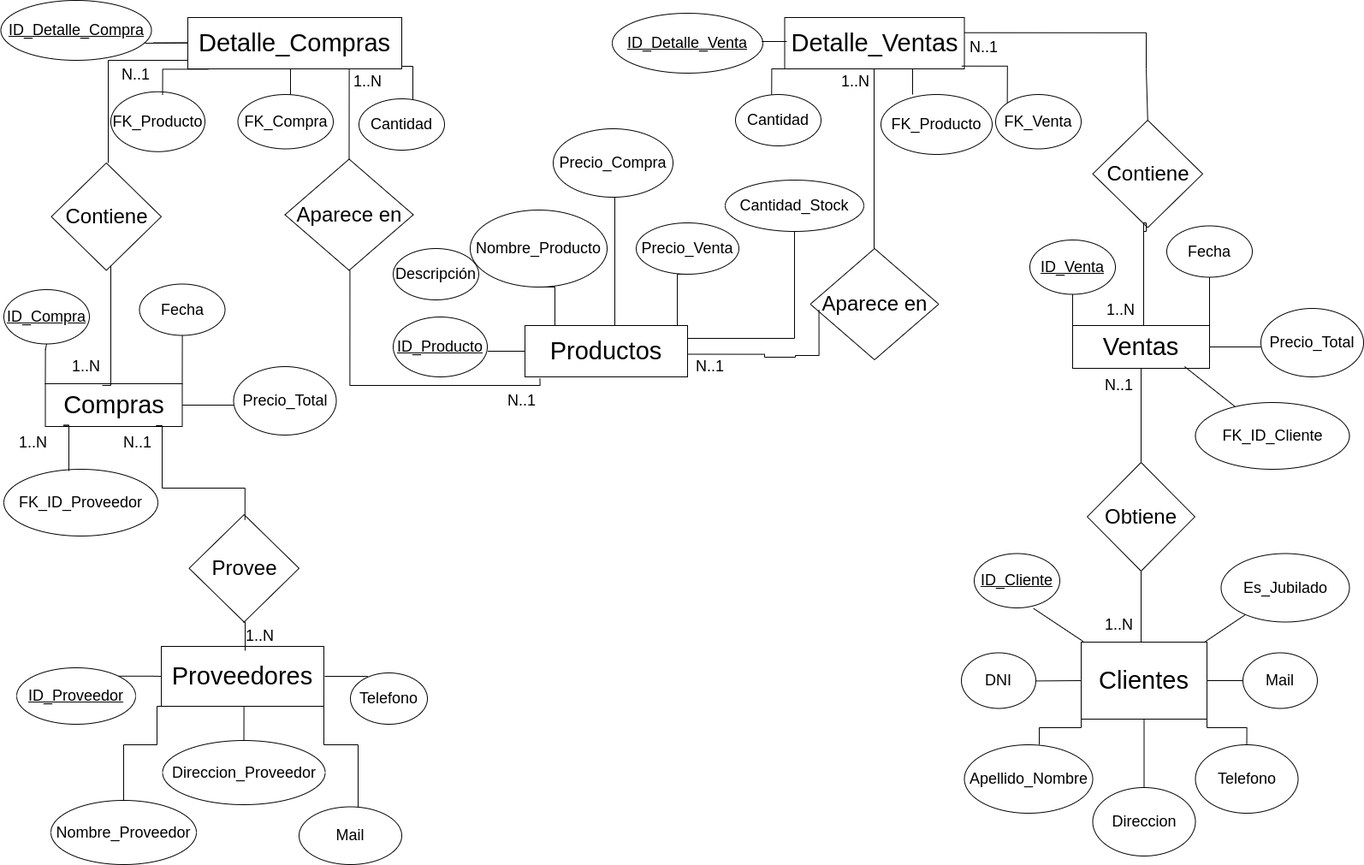
lobosouza/Proyecto-CD keeps this draw.io diagram as BD/Diagrama ER.png. Above is the earlier version. Source tidied: cells renumbered, new cells last; positions are measured from the earlier drawing's top-left corner, leaving out a move shared by most shapes.
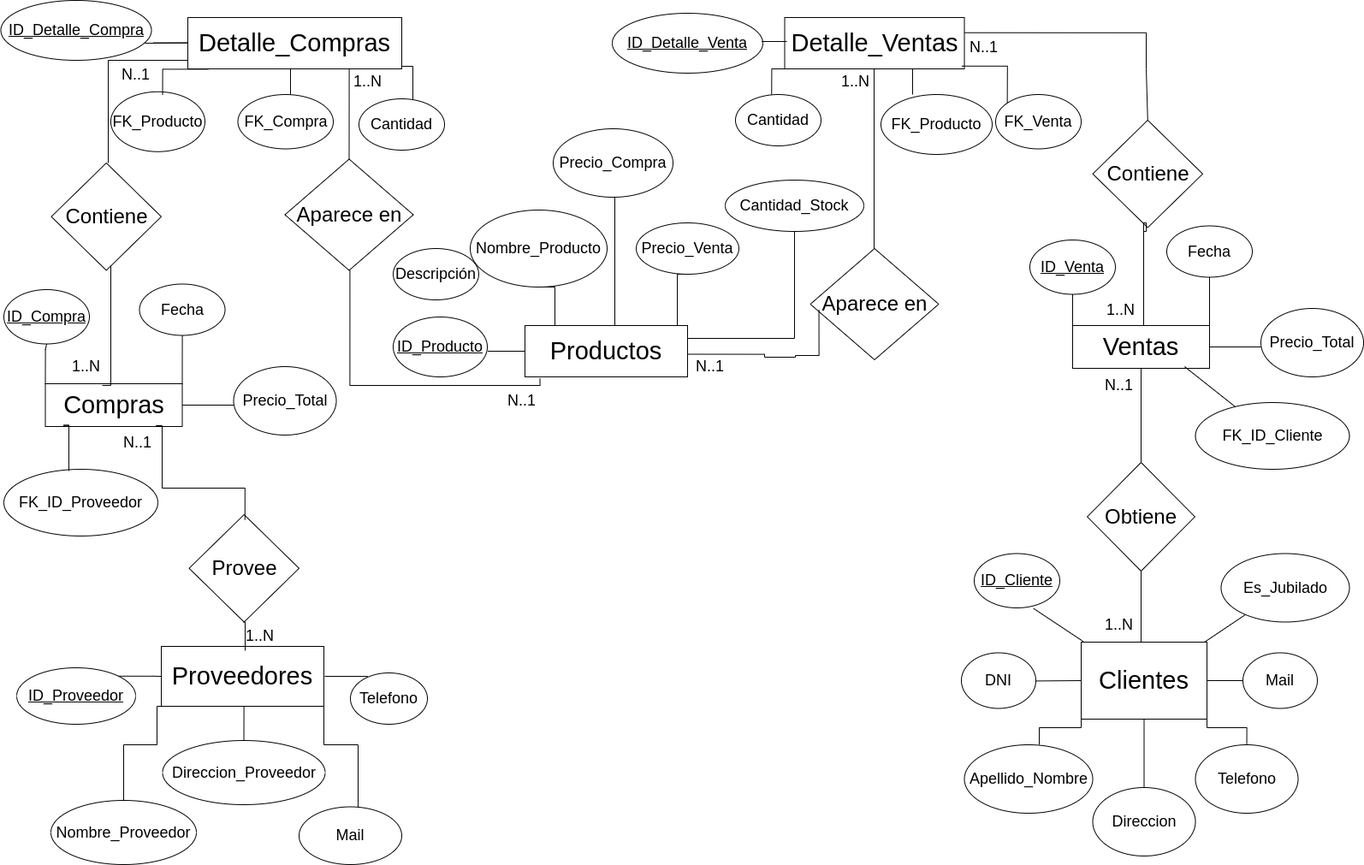
After the change.

Commit message:
Actualicé el DER

Diff of the diagram source:
```diff
@@ -276,9 +276,6 @@
     <mxCell id="59" value="&lt;u style=&quot;font-size: 18px;&quot;&gt;ID_Compra&lt;/u&gt;&lt;span style=&quot;color: rgba(0, 0, 0, 0); font-family: monospace; font-size: 0px; text-align: start; white-space: nowrap;&quot;&gt;%3CmxGraphModel%3E%3Croot%3E%3CmxCell%20id%3D%220%22%2F%3E%3CmxCell%20id%3D%221%22%20parent%3D%220%22%2F%3E%3CmxCell%20id%3D%222%22%20value%3D%22%26lt%3Bfont%20style%3D%26quot%3Bfont-size%3A%2029px%3B%26quot%3B%26gt%3BVentas%26lt%3B%2Ffont%26gt%3B%22%20style%3D%22rounded%3D0%3BwhiteSpace%3Dwrap%3Bhtml%3D1%3B%22%20vertex%3D%221%22%20parent%3D%221%22%3E%3CmxGeometry%20x%3D%221274%22%20y%3D%22-780%22%20width%3D%22160%22%20height%3D%2250%22%20as%3D%22geometry%22%2F%3E%3C%2FmxCell%3E%3CmxCell%20id%3D%223%22%20style%3D%22edgeStyle%3DorthogonalEdgeStyle%3Brounded%3D0%3BorthogonalLoop%3D1%3BjettySize%3Dauto%3Bhtml%3D1%3BexitX%3D0%3BexitY%3D0.5%3BexitDx%3D0%3BexitDy%3D0%3BentryX%3D1%3BentryY%3D0.5%3BentryDx%3D0%3BentryDy%3D0%3BendArrow%3Dnone%3BendFill%3D0%3B%22%20edge%3D%221%22%20target%3D%222%22%20parent%3D%221%22%3E%3CmxGeometry%20relative%3D%221%22%20as%3D%22geometry%22%3E%3CmxPoint%20x%3D%221504%22%20y%3D%22-753%22%20as%3D%22sourcePoint%22%2F%3E%3CArray%20as%3D%22points%22%3E%3CmxPoint%20x%3D%221504%22%20y%3D%22-752%22%2F%3E%3CmxPoint%20x%3D%221524%22%20y%3D%22-752%22%2F%3E%3CmxPoint%20x%3D%221524%22%20y%3D%22-755%22%2F%3E%3C%2FArray%3E%3C%2FmxGeometry%3E%3C%2FmxCell%3E%3CmxCell%20id%3D%224%22%20style%3D%22edgeStyle%3DorthogonalEdgeStyle%3Brounded%3D0%3BorthogonalLoop%3D1%3BjettySize%3Dauto%3Bhtml%3D1%3BentryX%3D1%3BentryY%3D0%3BentryDx%3D0%3BentryDy%3D0%3BendArrow%3Dnone%3BendFill%3D0%3B%22%20edge%3D%221%22%20target%3D%222%22%20parent%3D%221%22%3E%3CmxGeometry%20relative%3D%221%22%20as%3D%22geometry%22%3E%3CmxPoint%20x%3D%221434%22%20y%3D%22-850%22%20as%3D%22sourcePoint%22%2F%3E%3CArray%20as%3D%22points%22%3E%3CmxPoint%20x%3D%221428%22%20y%3D%22-850%22%2F%3E%3CmxPoint%20x%3D%221434%22%20y%3D%22-850%22%2F%3E%3C%2FArray%3E%3C%2FmxGeometry%3E%3C%2FmxCell%3E%3CmxCell%20id%3D%225%22%20style%3D%22edgeStyle%3DorthogonalEdgeStyle%3Brounded%3D0%3BorthogonalLoop%3D1%3BjettySize%3Dauto%3Bhtml%3D1%3BentryX%3D0%3BentryY%3D0%3BentryDx%3D0%3BentryDy%3D0%3BendArrow%3Dnone%3BendFill%3D0%3B%22%20edge%3D%221%22%20source%3D%228%22%20target%3D%222%22%20parent%3D%221%22%3E%3CmxGeometry%20relative%3D%221%22%20as%3D%22geometry%22%3E%3CmxPoint%20x%3D%221314.75%22%20y%3D%22-826.5%22%20as%3D%22sourcePoint%22%2F%3E%3CArray%20as%3D%22points%22%3E%3CmxPoint%20x%3D%221274%22%20y%3D%22-820%22%2F%3E%3CmxPoint%20x%3D%221274%22%20y%3D%22-820%22%2F%3E%3C%2FArray%3E%3C%2FmxGeometry%3E%3C%2FmxCell%3E%3CmxCell%20id%3D%226%22%20value%3D%22%26lt%3Bspan%20style%3D%26quot%3Bfont-size%3A%2018px%3B%26quot%3B%26gt%3BPrecio_Total%26lt%3B%2Fspan%26gt%3B%22%20style%3D%22ellipse%3BwhiteSpace%3Dwrap%3Bhtml%3D1%3B%22%20vertex%3D%221%22%20parent%3D%221%22%3E%3CmxGeometry%20x%3D%221494%22%20y%3D%22-800%22%20width%3D%22120%22%20height%3D%2280%22%20as%3D%22geometry%22%2F%3E%3C%2FmxCell%3E%3CmxCell%20id%3D%227%22%20value%3D%22%26lt%3Bspan%20style%3D%26quot%3Bfont-size%3A%2018px%3B%26quot%3B%26gt%3BFecha%26lt%3B%2Fspan%26gt%3B%22%20style%3D%22ellipse%3BwhiteSpace%3Dwrap%3Bhtml%3D1%3B%22%20vertex%3D%221%22%20parent%3D%221%22%3E%3CmxGeometry%20x%3D%221384%22%20y%3D%22-896.5%22%20width%3D%22100%22%20height%3D%2260%22%20as%3D%22geometry%22%2F%3E%3C%2FmxCell%3E%3CmxCell%20id%3D%228%22%20value%3D%22%26lt%3Bu%20style%3D%26quot%3Bfont-size%3A%2018px%3B%26quot%3B%26gt%3BID_Venta%26lt%3B%2Fu%26gt%3B%22%20style%3D%22ellipse%3BwhiteSpace%3Dwrap%3Bhtml%3D1%3B%22%20vertex%3D%221%22%20parent%3D%221%22%3E%3CmxGeometry%20x%3D%221224%22%20y%3D%22-880%22%20width%3D%22100%22%20height%3D%2263.5%22%20as%3D%22geometry%22%2F%3E%3C%2FmxCell%3E%3CmxCell%20id%3D%229%22%20value%3D%22%26lt%3Bfont%20style%3D%26quot%3Bfont-size%3A%2018px%3B%26quot%3B%26gt%3B1..N%26lt%3B%2Ffont%26gt%3B%22%20style%3D%22text%3Bhtml%3D1%3Balign%3Dcenter%3BverticalAlign%3Dmiddle%3Bresizable%3D0%3Bpoints%3D%5B%5D%3Bautosize%3D1%3BstrokeColor%3Dnone%3BfillColor%3Dnone%3B%22%20vertex%3D%221%22%20parent%3D%221%22%3E%3CmxGeometry%20x%3D%221214%22%20y%3D%22-765%22%20width%3D%2260%22%20height%3D%2240%22%20as%3D%22geometry%22%2F%3E%3C%2FmxCell%3E%3CmxCell%20id%3D%2210%22%20value%3D%22%26lt%3Bfont%20style%3D%26quot%3Bfont-size%3A%2018px%3B%26quot%3B%26gt%3BN..1%26lt%3B%2Ffont%26gt%3B%22%20style%3D%22text%3Bhtml%3D1%3Balign%3Dcenter%3BverticalAlign%3Dmiddle%3Bresizable%3D0%3Bpoints%3D%5B%5D%3Bautosize%3D1%3BstrokeColor%3Dnone%3BfillColor%3Dnone%3B%22%20vertex%3D%221%22%20parent%3D%221%22%3E%3CmxGeometry%20x%3D%221297.5%22%20y%3D%22-730%22%20width%3D%2260%22%20height%3D%2240%22%20as%3D%22geometry%22%2F%3E%3C%2FmxCell%3E%3C%2Froot%3E%3C%2FmxGraphModel%3E&lt;/span&gt;" style="ellipse;whiteSpace=wrap;html=1;" parent="1" vertex="1">
       <mxGeometry x="3" y="338" width="100" height="63.5" as="geometry" />
     </mxCell>
-    <mxCell id="60" value="&lt;font style=&quot;font-size: 18px;&quot;&gt;1..N&lt;/font&gt;" style="text;html=1;align=center;verticalAlign=middle;strokeColor=none;fillColor=none;" parent="1" vertex="1">
-      <mxGeometry x="6.5" y="496.5" width="60" height="40" as="geometry" />
-    </mxCell>
     <mxCell id="61" value="&lt;font style=&quot;font-size: 18px;&quot;&gt;N..1&lt;/font&gt;" style="text;html=1;align=center;verticalAlign=middle;strokeColor=none;fillColor=none;" parent="1" vertex="1">
       <mxGeometry x="128.5" y="496.5" width="60" height="40" as="geometry" />
     </mxCell>
```
